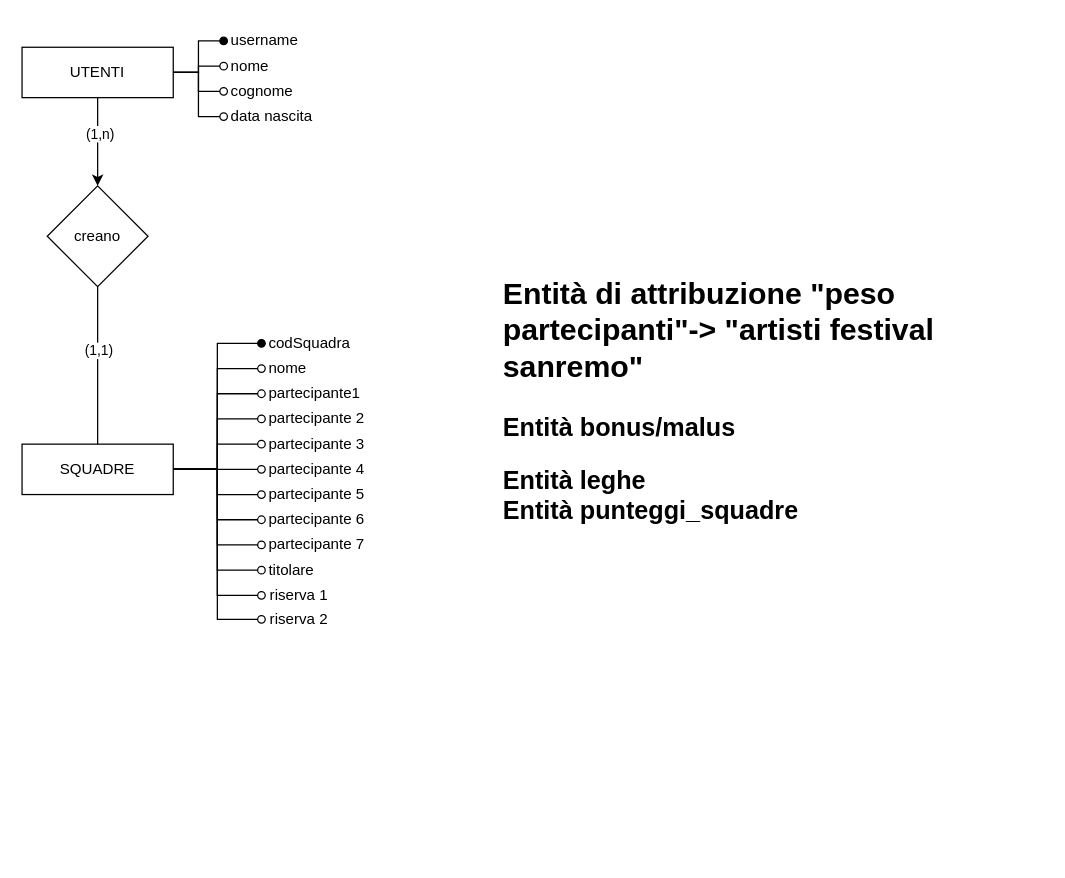
Above: page "fantasanremo" (2 of 2) of progetto_esame/fantasanremo.drawio in RaphyJake/Basi-di-dati (draw.io), before the change. Source tidied: cells renumbered, new cells numbered last; positions are measured from the earlier drawing's top-left corner, leaving out a move shared by most shapes. Both pictures are drawn from the tidied source at 126%, with x=0, y=0 at pixel (21, 21).
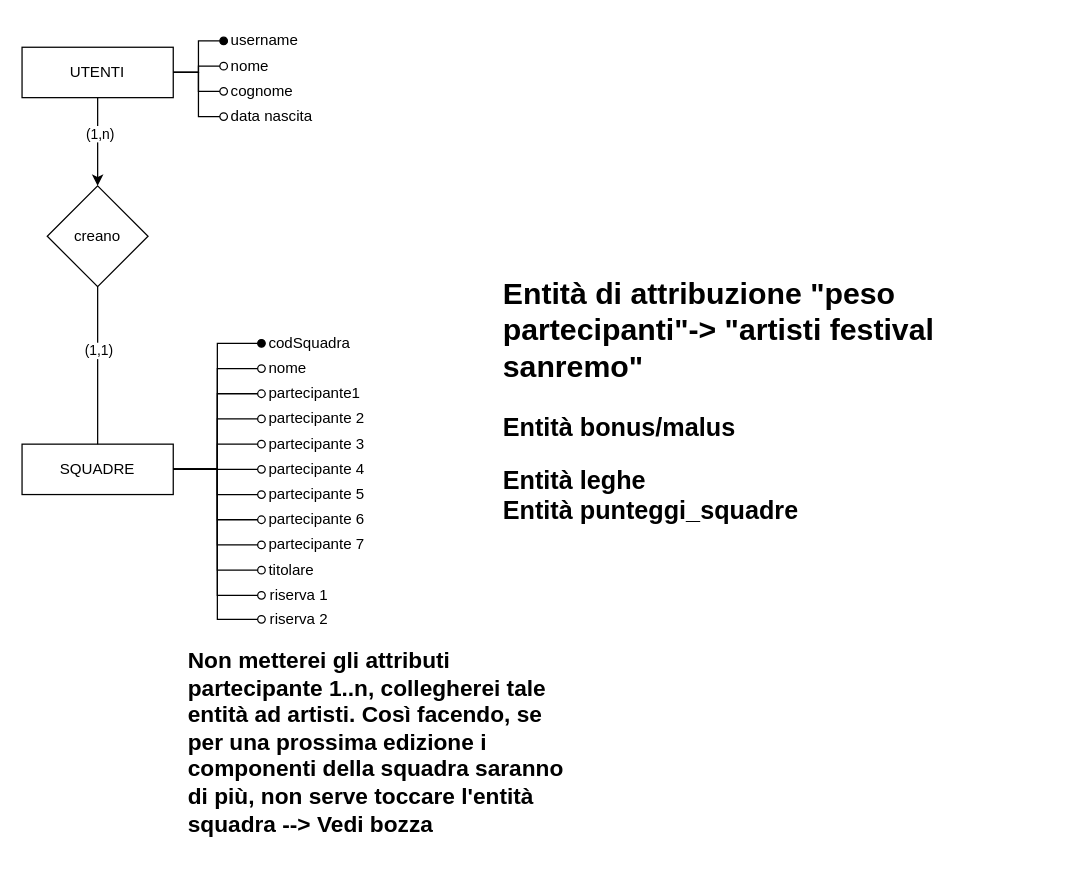
Above is the later version.

Diff of the diagram source:
```diff
@@
+    <mxCell id="43" value="&lt;h1 style=&quot;margin-top: 0px;&quot;&gt;Non metterei gli attributi partecipante 1..n, collegherei tale entità ad artisti. Così facendo, se per una prossima edizione i componenti della squadra saranno di più, non serve toccare l'entità squadra --&amp;gt; Vedi bozza&lt;/h1&gt;" style="text;html=1;whiteSpace=wrap;overflow=hidden;rounded=0;labelBackgroundColor=default;fontSize=9;" parent="1" vertex="1">
+      <mxGeometry x="130" y="490" width="310" height="170" as="geometry" />
+    </mxCell>
```
